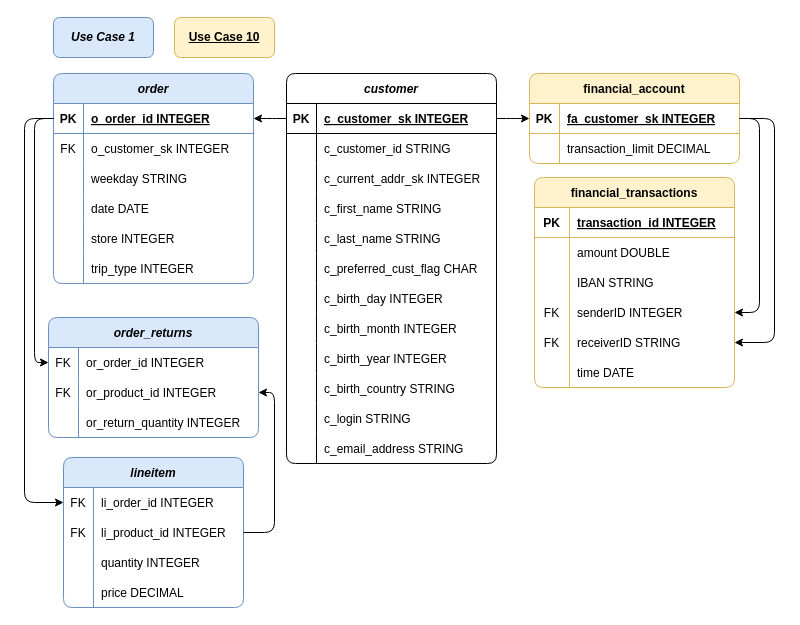
Before: appendices/figures/tpc-ai-schema.drawio in ptemarvelde/msc-thesis-figures, a draw.io diagram. Source tidied: cells renumbered, new cells numbered last; positions are measured from the earlier drawing's top-left corner, leaving out a move shared by most shapes. Both pictures are drawn from the tidied source at 100%, with x=0, y=0 at pixel (24, 17).
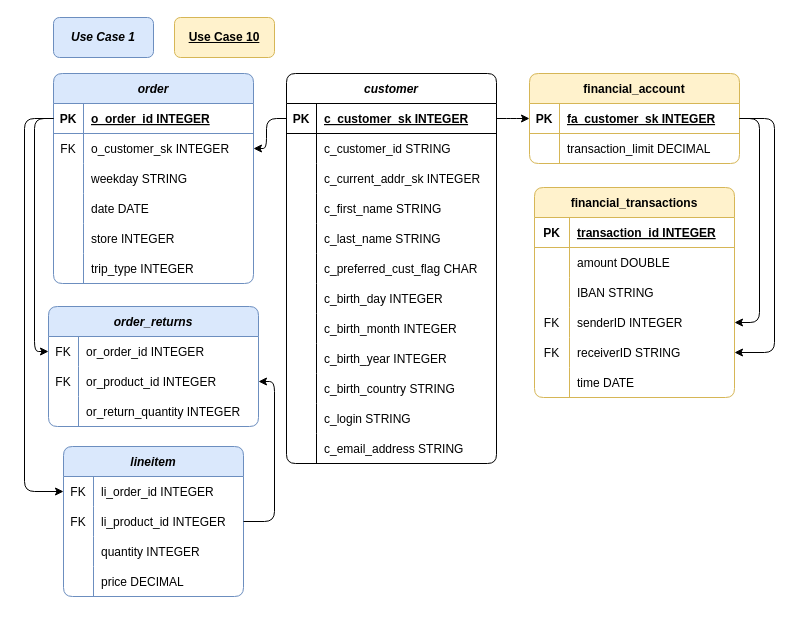
After the change.

The change refers to these unchanged cells:
```xml
<mxCell id="3" style="shape=tableRow;horizontal=0;startSize=0;swimlaneHead=0;swimlaneBody=0;fillColor=none;points=[[0,0.5],[1,0.5]];portConstraint=eastwest;strokeColor=inherit;top=0;left=0;right=0;bottom=1;rounded=1;" parent="2" vertex="1">
  <mxGeometry y="30" width="210" height="30" as="geometry" />
</mxCell>
<mxCell id="22" style="shape=tableRow;horizontal=0;startSize=0;swimlaneHead=0;swimlaneBody=0;fillColor=none;points=[[0,0.5],[1,0.5]];portConstraint=eastwest;strokeColor=inherit;top=0;left=0;right=0;bottom=0;rounded=1;" parent="9" vertex="1">
  <mxGeometry y="150" width="200" height="30" as="geometry" />
</mxCell>
<mxCell id="29" style="shape=tableRow;horizontal=0;startSize=0;swimlaneHead=0;swimlaneBody=0;fillColor=none;points=[[0,0.5],[1,0.5]];portConstraint=eastwest;strokeColor=inherit;top=0;left=0;right=0;bottom=0;rounded=1;" parent="28" vertex="1">
  <mxGeometry y="30" width="210" height="30" as="geometry" />
</mxCell>
<mxCell id="32" style="shape=tableRow;horizontal=0;startSize=0;swimlaneHead=0;swimlaneBody=0;fillColor=none;points=[[0,0.5],[1,0.5]];portConstraint=eastwest;strokeColor=inherit;top=0;left=0;right=0;bottom=0;rounded=1;" parent="28" vertex="1">
  <mxGeometry y="60" width="210" height="30" as="geometry" />
</mxCell>
<mxCell id="39" style="shape=tableRow;horizontal=0;startSize=0;swimlaneHead=0;swimlaneBody=0;fillColor=none;points=[[0,0.5],[1,0.5]];portConstraint=eastwest;strokeColor=inherit;top=0;left=0;right=0;bottom=0;rounded=1;" parent="38" vertex="1">
  <mxGeometry y="30" width="180" height="30" as="geometry" />
</mxCell>
<mxCell id="42" style="shape=tableRow;horizontal=0;startSize=0;swimlaneHead=0;swimlaneBody=0;fillColor=none;points=[[0,0.5],[1,0.5]];portConstraint=eastwest;strokeColor=inherit;top=0;left=0;right=0;bottom=0;rounded=1;" parent="38" vertex="1">
  <mxGeometry y="60" width="180" height="30" as="geometry" />
</mxCell>
<mxCell id="52" style="shape=tableRow;horizontal=0;startSize=0;swimlaneHead=0;swimlaneBody=0;fillColor=none;points=[[0,0.5],[1,0.5]];portConstraint=eastwest;strokeColor=inherit;top=0;left=0;right=0;bottom=1;rounded=1;" parent="51" vertex="1">
  <mxGeometry y="30" width="200" height="30" as="geometry" />
</mxCell>
<mxCell id="55" style="shape=tableRow;horizontal=0;startSize=0;swimlaneHead=0;swimlaneBody=0;fillColor=none;points=[[0,0.5],[1,0.5]];portConstraint=eastwest;strokeColor=inherit;top=0;left=0;right=0;bottom=0;rounded=1;" parent="51" vertex="1">
  <mxGeometry y="60" width="200" height="30" as="geometry" />
</mxCell>
<mxCell id="71" style="shape=tableRow;horizontal=0;startSize=0;swimlaneHead=0;swimlaneBody=0;fillColor=none;points=[[0,0.5],[1,0.5]];portConstraint=eastwest;strokeColor=inherit;top=0;left=0;right=0;bottom=1;rounded=1;" parent="70" vertex="1">
  <mxGeometry y="30" width="210" height="30" as="geometry" />
</mxCell>
```

What changed in the source:
```diff
@@
     <mxCell id="9" value="financial_transactions" style="shape=table;startSize=30;childLayout=tableLayout;rowLines=0;fontStyle=1;align=center;fillColor=#fff2cc;strokeColor=#d6b656;rounded=1;arcSize=10;" parent="1" vertex="1">
-      <mxGeometry x="510" y="160" width="200" height="210" as="geometry" />
+      <mxGeometry x="510" y="170" width="200" height="210" as="geometry" />
     </mxCell>
@@
     <mxCell id="28" value="order_returns" style="shape=table;startSize=30;childLayout=tableLayout;rowLines=0;fontStyle=3;align=center;fillColor=#dae8fc;strokeColor=#6c8ebf;rounded=1;arcSize=10;" parent="1" vertex="1">
-      <mxGeometry x="24" y="300" width="210" height="120" as="geometry" />
+      <mxGeometry x="24" y="289" width="210" height="120" as="geometry" />
     </mxCell>
@@
     <mxCell id="38" value="lineitem" style="shape=table;startSize=30;childLayout=tableLayout;rowLines=0;fontStyle=3;align=center;fillColor=#dae8fc;strokeColor=#6c8ebf;rounded=1;arcSize=10;" parent="1" vertex="1">
-      <mxGeometry x="39" y="440" width="180" height="150" as="geometry" />
+      <mxGeometry x="39" y="429" width="180" height="150" as="geometry" />
     </mxCell>
@@
     <mxCell id="109" style="edgeStyle=orthogonalEdgeStyle;rounded=1;jettySize=auto;html=1;entryX=1;entryY=0.5;entryDx=0;entryDy=0;exitX=1;exitY=0.5;exitDx=0;exitDy=0;" parent="1" edge="1" source="3" target="22">
       <mxGeometry relative="1" as="geometry">
         <Array as="points">
           <mxPoint x="750" y="101" />
-          <mxPoint x="750" y="325" />
+          <mxPoint x="750" y="335" />
         </Array>
       </mxGeometry>
     </mxCell>
     <mxCell id="110" style="edgeStyle=orthogonalEdgeStyle;rounded=1;jettySize=auto;html=1;entryX=0;entryY=0.5;entryDx=0;entryDy=0;exitX=0;exitY=0.5;exitDx=0;exitDy=0;" parent="1" edge="1" source="52" target="29">
       <mxGeometry relative="1" as="geometry">
         <Array as="points">
           <mxPoint x="10" y="101" />
-          <mxPoint x="10" y="345" />
+          <mxPoint x="10" y="334" />
         </Array>
       </mxGeometry>
     </mxCell>
-    <mxCell id="111" style="edgeStyle=orthogonalEdgeStyle;rounded=1;jettySize=auto;html=1;entryX=1;entryY=0.5;entryDx=0;entryDy=0;" parent="1" edge="1" source="71" target="52">
+    <mxCell id="111" style="edgeStyle=orthogonalEdgeStyle;rounded=1;jettySize=auto;html=1;entryX=1;entryY=0.5;entryDx=0;entryDy=0;" parent="1" edge="1" source="71" target="55">
       <mxGeometry relative="1" as="geometry" />
     </mxCell>
     <mxCell id="112" style="edgeStyle=orthogonalEdgeStyle;rounded=1;jettySize=auto;html=1;entryX=0;entryY=0.5;entryDx=0;entryDy=0;exitX=0;exitY=0.5;exitDx=0;exitDy=0;" parent="1" edge="1" source="52" target="39">
       <mxGeometry relative="1" as="geometry">
         <Array as="points">
           <mxPoint y="101" />
-          <mxPoint y="485" />
+          <mxPoint y="474" />
         </Array>
       </mxGeometry>
     </mxCell>
     <mxCell id="113" style="edgeStyle=orthogonalEdgeStyle;rounded=1;jettySize=auto;html=1;entryX=1;entryY=0.5;entryDx=0;entryDy=0;exitX=1;exitY=0.5;exitDx=0;exitDy=0;" parent="1" edge="1" source="42" target="32">
       <mxGeometry relative="1" as="geometry">
         <Array as="points">
-          <mxPoint x="250" y="515" />
-          <mxPoint x="250" y="375" />
+          <mxPoint x="250" y="504" />
+          <mxPoint x="250" y="364" />
         </Array>
       </mxGeometry>
     </mxCell>
```
